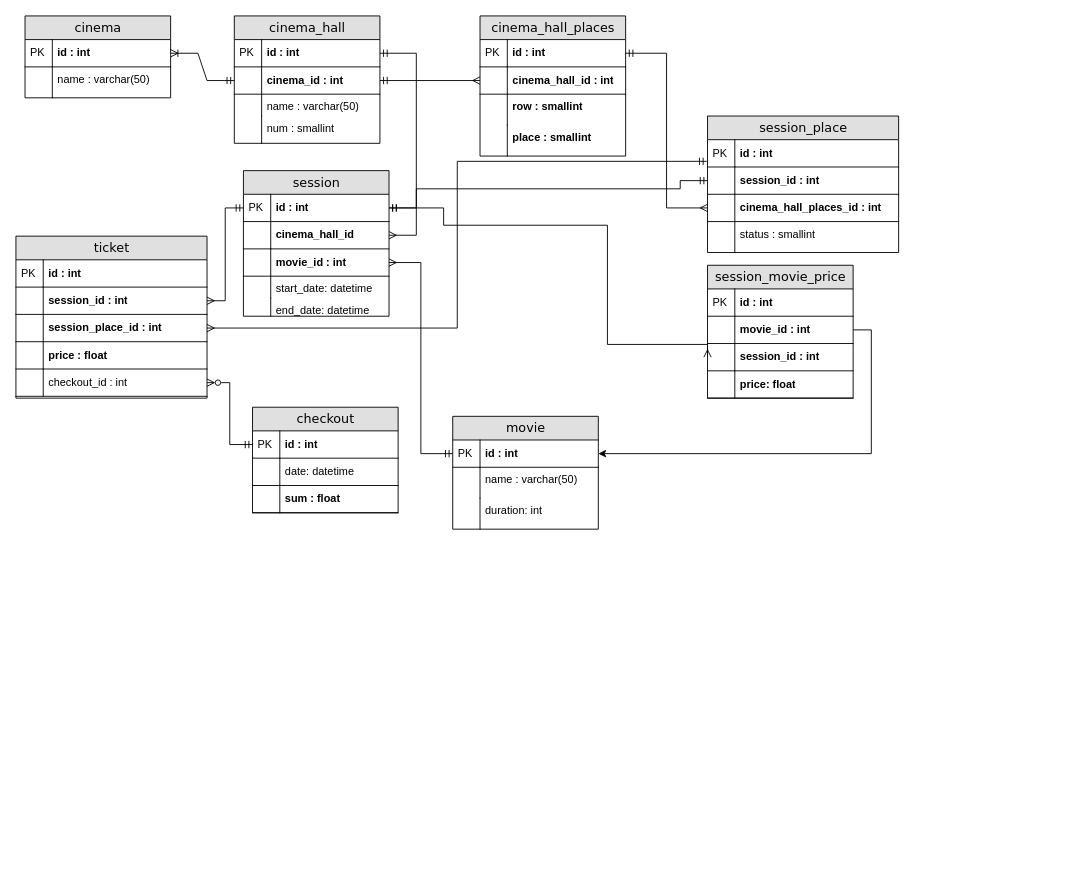
otusteamedu/PHP_2023 keeps this draw.io diagram as scheme.drawio. Above is the earlier version. Source tidied: cells renumbered, new cells numbered last; positions are measured from the earlier drawing's top-left corner, leaving out a move shared by most shapes. Both pictures are drawn from the tidied source at 91%, with x=0, y=0 at pixel (15, 15).
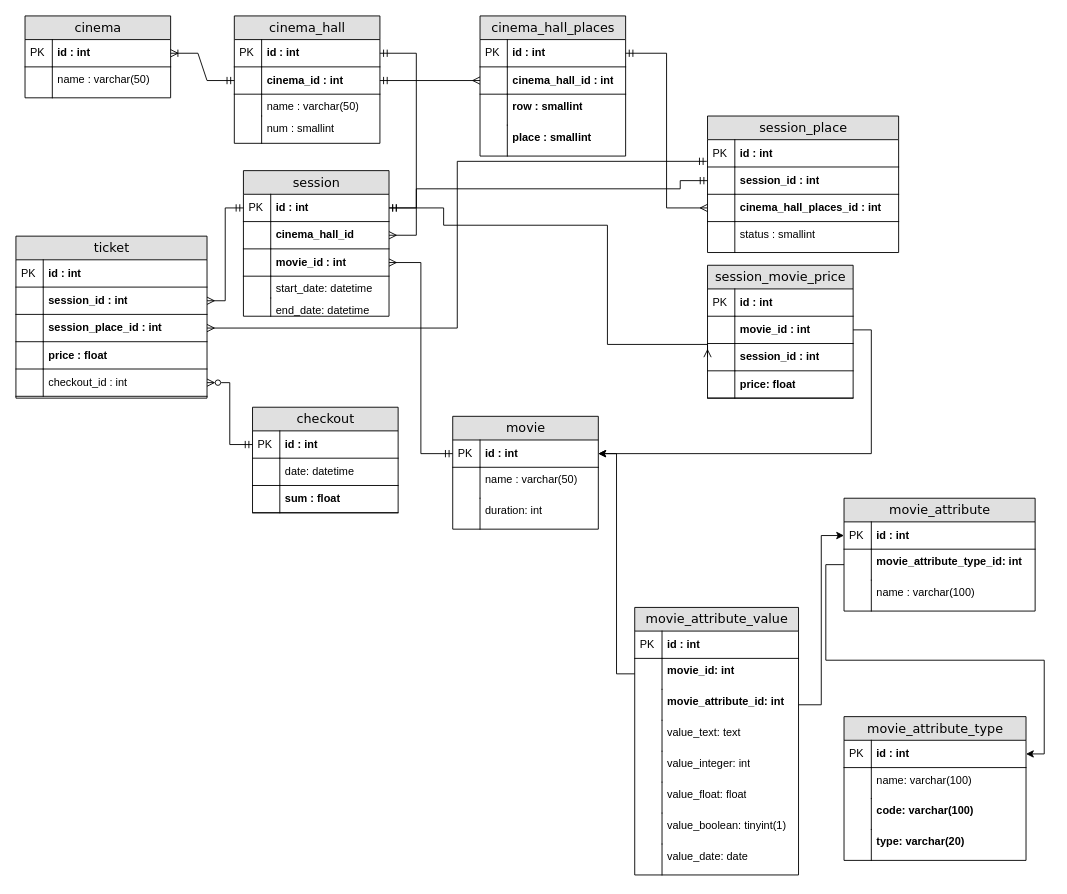
The same diagram, later.

The change refers to these unchanged cells:
```xml
<mxCell id="17" value="id : int" style="shape=partialRectangle;top=0;left=0;right=0;bottom=1;html=1;align=left;verticalAlign=middle;fillColor=none;spacingLeft=34;spacingRight=4;whiteSpace=wrap;overflow=hidden;points=[[0,0.5],[1,0.5]];portConstraint=eastwest;fontStyle=1;" parent="16" vertex="1">
  <mxGeometry y="26" width="160" height="30" as="geometry" />
</mxCell>
```

What changed in the source:
```diff
@@
+    <mxCell id="92" value="movie_attribute" style="swimlane;html=1;fontStyle=0;horizontal=1;startSize=26;fillColor=#e0e0e0;swimlaneFillColor=#ffffff;align=center;rounded=0;shadow=0;comic=0;labelBackgroundColor=none;strokeWidth=1;fontFamily=Verdana;fontSize=14;swimlaneLine=1;" parent="1" vertex="1">
+      <mxGeometry x="910" y="530" width="210" height="124" as="geometry" />
+    </mxCell>
+    <mxCell id="93" value="id : int" style="shape=partialRectangle;top=0;left=0;right=0;bottom=1;html=1;align=left;verticalAlign=middle;fillColor=none;spacingLeft=34;spacingRight=4;whiteSpace=wrap;overflow=hidden;points=[[0,0.5],[1,0.5]];portConstraint=eastwest;fontStyle=1;" parent="92" vertex="1">
+      <mxGeometry y="26" width="210" height="30" as="geometry" />
+    </mxCell>
+    <mxCell id="94" value="PK" style="shape=partialRectangle;top=0;left=0;bottom=0;html=1;fillColor=none;align=left;verticalAlign=middle;spacingLeft=4;spacingRight=4;whiteSpace=wrap;overflow=hidden;" parent="93" vertex="1">
+      <mxGeometry width="30" height="30" as="geometry" />
+    </mxCell>
+    <mxCell id="95" value="movie_attribute_type_id: int" style="shape=partialRectangle;top=0;left=0;right=0;bottom=0;html=1;align=left;verticalAlign=top;fillColor=none;spacingLeft=34;spacingRight=4;whiteSpace=wrap;overflow=hidden;points=[[0,0.5],[1,0.5]];portConstraint=eastwest;fontStyle=1;" parent="92" vertex="1">
+      <mxGeometry y="56" width="210" height="34" as="geometry" />
+    </mxCell>
+    <mxCell id="96" style="shape=partialRectangle;top=0;left=0;bottom=0;html=1;fillColor=none;align=left;verticalAlign=top;spacingLeft=4;spacingRight=4;whiteSpace=wrap;overflow=hidden;" parent="95" vertex="1">
+      <mxGeometry width="30" height="34" as="geometry" />
+    </mxCell>
+    <mxCell id="97" value="name : varchar(100)" style="shape=partialRectangle;top=0;left=0;right=0;bottom=0;html=1;align=left;verticalAlign=top;fillColor=none;spacingLeft=34;spacingRight=4;whiteSpace=wrap;overflow=hidden;fontStyle=0;" parent="92" vertex="1">
+      <mxGeometry y="90" width="210" height="34" as="geometry" />
+    </mxCell>
+    <mxCell id="98" style="shape=partialRectangle;top=0;left=0;bottom=0;html=1;fillColor=none;align=left;verticalAlign=top;spacingLeft=4;spacingRight=4;whiteSpace=wrap;overflow=hidden;" parent="97" vertex="1">
+      <mxGeometry width="30" height="34" as="geometry" />
+    </mxCell>
+    <mxCell id="99" value="movie_attribute_value" style="swimlane;html=1;fontStyle=0;horizontal=1;startSize=26;fillColor=#e0e0e0;swimlaneFillColor=#ffffff;align=center;rounded=0;shadow=0;comic=0;labelBackgroundColor=none;strokeWidth=1;fontFamily=Verdana;fontSize=14;swimlaneLine=1;" parent="1" vertex="1">
+      <mxGeometry x="680" y="650" width="180" height="294" as="geometry" />
+    </mxCell>
+    <mxCell id="100" value="id : int" style="shape=partialRectangle;top=0;left=0;right=0;bottom=1;html=1;align=left;verticalAlign=middle;fillColor=none;spacingLeft=34;spacingRight=4;whiteSpace=wrap;overflow=hidden;fontStyle=1;" parent="99" vertex="1">
+      <mxGeometry y="26" width="180" height="30" as="geometry" />
+    </mxCell>
+    <mxCell id="101" value="PK" style="shape=partialRectangle;top=0;left=0;bottom=0;html=1;fillColor=none;align=left;verticalAlign=middle;spacingLeft=4;spacingRight=4;whiteSpace=wrap;overflow=hidden;" parent="100" vertex="1">
+      <mxGeometry width="30" height="30" as="geometry" />
+    </mxCell>
+    <mxCell id="102" value="movie_id: int" style="shape=partialRectangle;top=0;left=0;right=0;bottom=0;html=1;align=left;verticalAlign=top;fillColor=none;spacingLeft=34;spacingRight=4;whiteSpace=wrap;overflow=hidden;points=[[0,0.5],[1,0.5]];portConstraint=eastwest;fontStyle=1;" parent="99" vertex="1">
+      <mxGeometry y="56" width="180" height="34" as="geometry" />
+    </mxCell>
+    <mxCell id="103" style="shape=partialRectangle;top=0;left=0;bottom=0;html=1;fillColor=none;align=left;verticalAlign=top;spacingLeft=4;spacingRight=4;whiteSpace=wrap;overflow=hidden;" parent="102" vertex="1">
+      <mxGeometry width="30" height="34" as="geometry" />
+    </mxCell>
+    <mxCell id="104" value="movie_attribute_id: int" style="shape=partialRectangle;top=0;left=0;right=0;bottom=0;html=1;align=left;verticalAlign=top;fillColor=none;spacingLeft=34;spacingRight=4;whiteSpace=wrap;overflow=hidden;points=[[0,0.5],[1,0.5]];portConstraint=eastwest;fontStyle=1;" parent="99" vertex="1">
+      <mxGeometry y="90" width="180" height="34" as="geometry" />
+    </mxCell>
+    <mxCell id="105" style="shape=partialRectangle;top=0;left=0;bottom=0;html=1;fillColor=none;align=left;verticalAlign=top;spacingLeft=4;spacingRight=4;whiteSpace=wrap;overflow=hidden;" parent="104" vertex="1">
+      <mxGeometry width="30" height="34" as="geometry" />
+    </mxCell>
+    <mxCell id="106" value="value_text: text" style="shape=partialRectangle;top=0;left=0;right=0;bottom=0;html=1;align=left;verticalAlign=top;fillColor=none;spacingLeft=34;spacingRight=4;whiteSpace=wrap;overflow=hidden;fontStyle=0;" parent="99" vertex="1">
+      <mxGeometry y="124" width="180" height="34" as="geometry" />
+    </mxCell>
+    <mxCell id="107" style="shape=partialRectangle;top=0;left=0;bottom=0;html=1;fillColor=none;align=left;verticalAlign=top;spacingLeft=4;spacingRight=4;whiteSpace=wrap;overflow=hidden;" parent="106" vertex="1">
+      <mxGeometry width="30" height="34" as="geometry" />
+    </mxCell>
+    <mxCell id="108" value="value_integer: int" style="shape=partialRectangle;top=0;left=0;right=0;bottom=0;html=1;align=left;verticalAlign=top;fillColor=none;spacingLeft=34;spacingRight=4;whiteSpace=wrap;overflow=hidden;fontStyle=0;" parent="99" vertex="1">
+      <mxGeometry y="158" width="180" height="34" as="geometry" />
+    </mxCell>
+    <mxCell id="109" style="shape=partialRectangle;top=0;left=0;bottom=0;html=1;fillColor=none;align=left;verticalAlign=top;spacingLeft=4;spacingRight=4;whiteSpace=wrap;overflow=hidden;" parent="108" vertex="1">
+      <mxGeometry width="30" height="34" as="geometry" />
+    </mxCell>
+    <mxCell id="110" value="value_float: float" style="shape=partialRectangle;top=0;left=0;right=0;bottom=0;html=1;align=left;verticalAlign=top;fillColor=none;spacingLeft=34;spacingRight=4;whiteSpace=wrap;overflow=hidden;fontStyle=0;" parent="99" vertex="1">
+      <mxGeometry y="192" width="180" height="34" as="geometry" />
+    </mxCell>
+    <mxCell id="111" style="shape=partialRectangle;top=0;left=0;bottom=0;html=1;fillColor=none;align=left;verticalAlign=top;spacingLeft=4;spacingRight=4;whiteSpace=wrap;overflow=hidden;" parent="110" vertex="1">
+      <mxGeometry width="30" height="34" as="geometry" />
+    </mxCell>
+    <mxCell id="112" value="value_boolean: tinyint(1)" style="shape=partialRectangle;top=0;left=0;right=0;bottom=0;html=1;align=left;verticalAlign=top;fillColor=none;spacingLeft=34;spacingRight=4;whiteSpace=wrap;overflow=hidden;fontStyle=0;" parent="99" vertex="1">
+      <mxGeometry y="226" width="180" height="34" as="geometry" />
+    </mxCell>
+    <mxCell id="113" style="shape=partialRectangle;top=0;left=0;bottom=0;html=1;fillColor=none;align=left;verticalAlign=top;spacingLeft=4;spacingRight=4;whiteSpace=wrap;overflow=hidden;" parent="112" vertex="1">
+      <mxGeometry width="30" height="34" as="geometry" />
+    </mxCell>
+    <mxCell id="114" value="value_date: date" style="shape=partialRectangle;top=0;left=0;right=0;bottom=0;html=1;align=left;verticalAlign=top;fillColor=none;spacingLeft=34;spacingRight=4;whiteSpace=wrap;overflow=hidden;fontStyle=0;" parent="99" vertex="1">
+      <mxGeometry y="260" width="180" height="34" as="geometry" />
+    </mxCell>
+    <mxCell id="115" style="shape=partialRectangle;top=0;left=0;bottom=0;html=1;fillColor=none;align=left;verticalAlign=top;spacingLeft=4;spacingRight=4;whiteSpace=wrap;overflow=hidden;" parent="114" vertex="1">
+      <mxGeometry width="30" height="34" as="geometry" />
+    </mxCell>
+    <mxCell id="116" style="edgeStyle=orthogonalEdgeStyle;rounded=0;jettySize=auto;html=1;entryX=1;entryY=0.5;entryDx=0;entryDy=0;" parent="1" edge="1" source="102" target="17">
+      <mxGeometry relative="1" as="geometry" />
+    </mxCell>
+    <mxCell id="117" style="edgeStyle=orthogonalEdgeStyle;rounded=0;jettySize=auto;html=1;entryX=0;entryY=0.5;entryDx=0;entryDy=0;" parent="1" edge="1" source="104" target="93">
+      <mxGeometry relative="1" as="geometry" />
+    </mxCell>
+    <mxCell id="118" value="movie_attribute_type" style="swimlane;html=1;fontStyle=0;horizontal=1;startSize=26;fillColor=#e0e0e0;swimlaneFillColor=#ffffff;align=center;rounded=0;shadow=0;comic=0;labelBackgroundColor=none;strokeWidth=1;fontFamily=Verdana;fontSize=14;swimlaneLine=1;" parent="1" vertex="1">
+      <mxGeometry x="910" y="770" width="200" height="158" as="geometry" />
+    </mxCell>
+    <mxCell id="119" value="id : int" style="shape=partialRectangle;top=0;left=0;right=0;bottom=1;html=1;align=left;verticalAlign=middle;fillColor=none;spacingLeft=34;spacingRight=4;whiteSpace=wrap;overflow=hidden;points=[[0,0.5],[1,0.5]];portConstraint=eastwest;fontStyle=1;" parent="118" vertex="1">
+      <mxGeometry y="26" width="200" height="30" as="geometry" />
+    </mxCell>
+    <mxCell id="120" value="PK" style="shape=partialRectangle;top=0;left=0;bottom=0;html=1;fillColor=none;align=left;verticalAlign=middle;spacingLeft=4;spacingRight=4;whiteSpace=wrap;overflow=hidden;" parent="119" vertex="1">
+      <mxGeometry width="30" height="30" as="geometry" />
+    </mxCell>
+    <mxCell id="121" value="name: varchar(100)" style="shape=partialRectangle;top=0;left=0;right=0;bottom=0;html=1;align=left;verticalAlign=top;fillColor=none;spacingLeft=34;spacingRight=4;whiteSpace=wrap;overflow=hidden;fontStyle=0;" parent="118" vertex="1">
+      <mxGeometry y="56" width="200" height="34" as="geometry" />
+    </mxCell>
+    <mxCell id="122" style="shape=partialRectangle;top=0;left=0;bottom=0;html=1;fillColor=none;align=left;verticalAlign=top;spacingLeft=4;spacingRight=4;whiteSpace=wrap;overflow=hidden;" parent="121" vertex="1">
+      <mxGeometry width="30" height="34" as="geometry" />
+    </mxCell>
+    <mxCell id="123" value="code: varchar(100)" style="shape=partialRectangle;top=0;left=0;right=0;bottom=0;html=1;align=left;verticalAlign=top;fillColor=none;spacingLeft=34;spacingRight=4;whiteSpace=wrap;overflow=hidden;fontStyle=1;" parent="118" vertex="1">
+      <mxGeometry y="90" width="200" height="34" as="geometry" />
+    </mxCell>
+    <mxCell id="124" style="shape=partialRectangle;top=0;left=0;bottom=0;html=1;fillColor=none;align=left;verticalAlign=top;spacingLeft=4;spacingRight=4;whiteSpace=wrap;overflow=hidden;" parent="123" vertex="1">
+      <mxGeometry width="30" height="34" as="geometry" />
+    </mxCell>
+    <mxCell id="125" value="type: varchar(20)" style="shape=partialRectangle;top=0;left=0;right=0;bottom=0;html=1;align=left;verticalAlign=top;fillColor=none;spacingLeft=34;spacingRight=4;whiteSpace=wrap;overflow=hidden;fontStyle=1;" parent="118" vertex="1">
+      <mxGeometry y="124" width="200" height="34" as="geometry" />
+    </mxCell>
+    <mxCell id="126" style="shape=partialRectangle;top=0;left=0;bottom=0;html=1;fillColor=none;align=left;verticalAlign=top;spacingLeft=4;spacingRight=4;whiteSpace=wrap;overflow=hidden;" parent="125" vertex="1">
+      <mxGeometry width="30" height="34" as="geometry" />
+    </mxCell>
+    <mxCell id="127" style="edgeStyle=orthogonalEdgeStyle;rounded=0;jettySize=auto;html=1;" parent="1" edge="1" source="95" target="119">
+      <mxGeometry relative="1" as="geometry" />
+    </mxCell>
```
